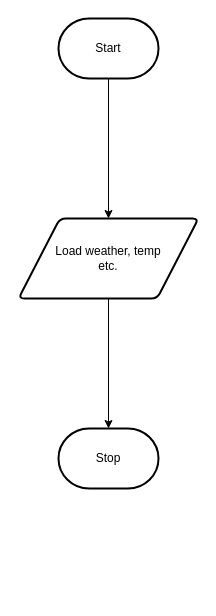
Above: design/flowchart.drawio in MikeyGloriani/ICS2O-Unit-6-03-JS (draw.io), before the change. Source tidied: cells renumbered, new cells numbered last; positions are measured from the earlier drawing's top-left corner, leaving out a move shared by most shapes. Both pictures are drawn from the tidied source at 100%, with x=0, y=0 at pixel (18, 18).
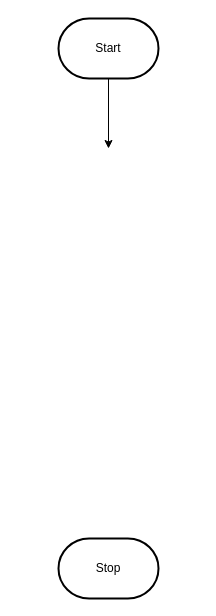
The same page after the edit.

The edit, as a diff of the source:
```diff
@@
 <mxGraphModel>
   <root>
     <mxCell id="0" />
     <mxCell id="1" parent="0" />
-    <mxCell id="2" style="edgeStyle=none;html=1;" parent="1" edge="1" source="3" target="6">
-      <mxGeometry relative="1" as="geometry" />
+    <mxCell id="2" style="edgeStyle=none;html=1;" parent="1" edge="1" source="3">
+      <mxGeometry relative="1" as="geometry">
+        <mxPoint x="90" y="130" as="targetPoint" />
+      </mxGeometry>
     </mxCell>
     <mxCell id="3" value="Start" style="strokeWidth=2;html=1;shape=mxgraph.flowchart.terminator;whiteSpace=wrap;" parent="1" vertex="1">
       <mxGeometry x="40" width="100" height="60" as="geometry" />
     </mxCell>
     <mxCell id="4" value="Stop" style="strokeWidth=2;html=1;shape=mxgraph.flowchart.terminator;whiteSpace=wrap;" parent="1" vertex="1">
-      <mxGeometry x="40" y="410" width="100" height="60" as="geometry" />
+      <mxGeometry x="40" y="520" width="100" height="60" as="geometry" />
     </mxCell>
-    <mxCell id="5" style="edgeStyle=none;html=1;" parent="1" edge="1" source="6" target="4">
-      <mxGeometry relative="1" as="geometry" />
-    </mxCell>
-    <mxCell id="6" value="Load weather, temp&lt;br&gt;etc." style="shape=parallelogram;html=1;strokeWidth=2;perimeter=parallelogramPerimeter;whiteSpace=wrap;rounded=1;arcSize=12;size=0.23;" parent="1" vertex="1">
-      <mxGeometry y="200" width="180" height="80" as="geometry" />
-    </mxCell>
   </root>
 </mxGraphModel>
```
